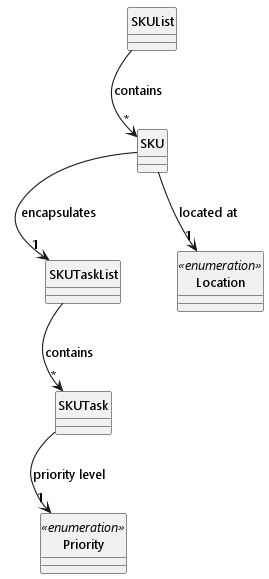
Before: docs/diagrams/component-sku/component-sku-diagram.png, a diagram exported from PlantUML (omcodedthis/tp).
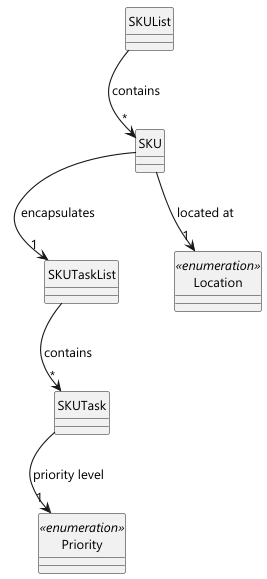
After the commit.

Diff of the diagram source:
```diff
@@ -4,23 +4,17 @@
 skinparam classAttributeIconSize 0
 hide circle
 
-class SKUList {
-}
+class SKUList {}
 
-class SKU {
-}
+class SKU {}
 
-class SKUTaskList {
-}
+class SKUTaskList {}
 
-class SKUTask {
-}
+class SKUTask {}
 
-enum Location <<enumeration>> {
-}
+enum Location <<enumeration>> {}
 
-enum Priority <<enumeration>> {
-}
+enum Priority <<enumeration>> {}
 
 SKUList --> "*" SKU : contains
 
```
